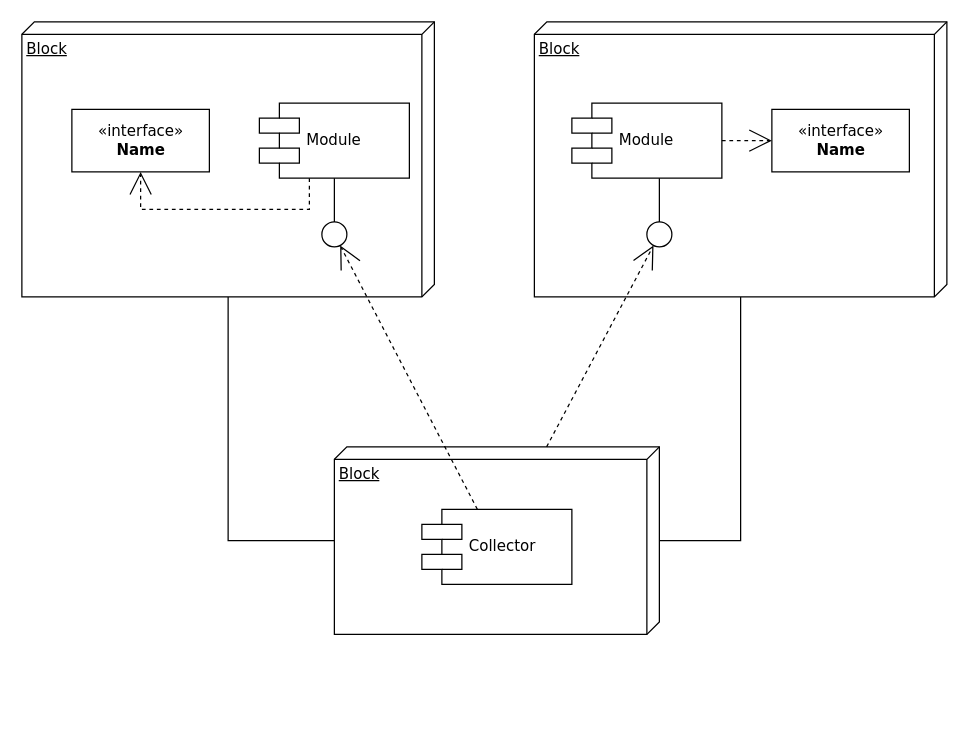
Before: page "Page-1" (1 of 2) of 模块.drawio in newTechToX/cross_chain, a draw.io diagram. Source tidied: cells renumbered, new cells numbered last; positions are measured from the earlier drawing's top-left corner, leaving out a move shared by most shapes. Both pictures are drawn from the tidied source at 125%, with x=0, y=0 at pixel (21, 21).
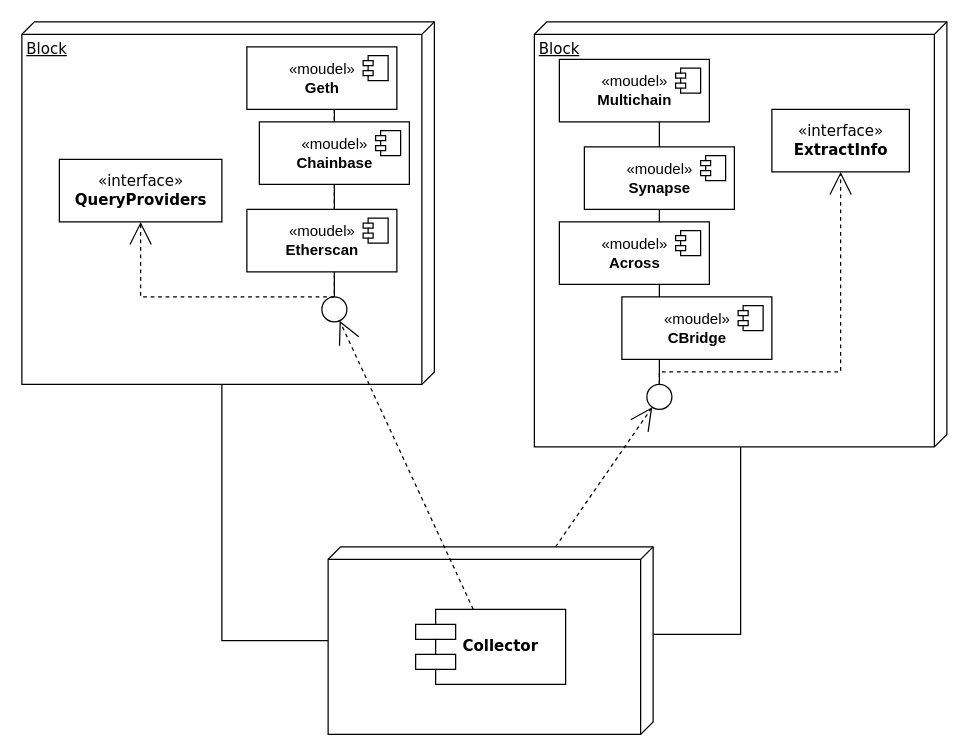
The same page after the edit.

Change to the diagram source:
```diff
@@
     <mxCell id="2" value="Block" style="verticalAlign=top;align=left;spacingTop=8;spacingLeft=2;spacingRight=12;shape=cube;size=10;direction=south;fontStyle=4;html=1;rounded=0;shadow=0;comic=0;labelBackgroundColor=none;strokeWidth=1;fontFamily=Verdana;fontSize=12;" parent="1" vertex="1">
-      <mxGeometry width="330" height="220" as="geometry" />
+      <mxGeometry width="330" height="290" as="geometry" />
     </mxCell>
     <mxCell id="3" value="Block" style="verticalAlign=top;align=left;spacingTop=8;spacingLeft=2;spacingRight=12;shape=cube;size=10;direction=south;fontStyle=4;html=1;rounded=0;shadow=0;comic=0;labelBackgroundColor=none;strokeWidth=1;fontFamily=Verdana;fontSize=12;" parent="1" vertex="1">
-      <mxGeometry x="410" width="330" height="220" as="geometry" />
+      <mxGeometry x="410" width="330" height="340" as="geometry" />
     </mxCell>
-    <mxCell id="4" value="Block" style="verticalAlign=top;align=left;spacingTop=8;spacingLeft=2;spacingRight=12;shape=cube;size=10;direction=south;fontStyle=4;html=1;rounded=0;shadow=0;comic=0;labelBackgroundColor=none;strokeWidth=1;fontFamily=Verdana;fontSize=12;" parent="1" vertex="1">
-      <mxGeometry x="250" y="340" width="260" height="150" as="geometry" />
+    <mxCell id="4" style="verticalAlign=top;align=left;spacingTop=8;spacingLeft=2;spacingRight=12;shape=cube;size=10;direction=south;fontStyle=4;html=1;rounded=0;shadow=0;comic=0;labelBackgroundColor=none;strokeWidth=1;fontFamily=Verdana;fontSize=12;" parent="1" vertex="1">
+      <mxGeometry x="245" y="420" width="260" height="150" as="geometry" />
     </mxCell>
-    <mxCell id="5" value="&amp;laquo;interface&amp;raquo;&lt;br&gt;&lt;b&gt;Name&lt;/b&gt;" style="html=1;rounded=0;shadow=0;comic=0;labelBackgroundColor=none;strokeWidth=1;fontFamily=Verdana;fontSize=12;align=center;" parent="1" vertex="1">
-      <mxGeometry x="40" y="70" width="110" height="50" as="geometry" />
+    <mxCell id="5" value="«interface»&lt;br&gt;&lt;b&gt;QueryProviders&lt;/b&gt;" style="html=1;rounded=0;shadow=0;comic=0;labelBackgroundColor=none;strokeWidth=1;fontFamily=Verdana;fontSize=12;align=center;" parent="1" vertex="1">
+      <mxGeometry x="30" y="110" width="130" height="50" as="geometry" />
     </mxCell>
-    <mxCell id="6" value="Module" style="shape=component;align=left;spacingLeft=36;rounded=0;shadow=0;comic=0;labelBackgroundColor=none;strokeWidth=1;fontFamily=Verdana;fontSize=12;html=1;" parent="1" vertex="1">
-      <mxGeometry x="190" y="65" width="120" height="60" as="geometry" />
-    </mxCell>
     <mxCell id="7" style="ellipse;whiteSpace=wrap;html=1;rounded=0;shadow=0;comic=0;labelBackgroundColor=none;strokeWidth=1;fontFamily=Verdana;fontSize=12;align=center;" parent="1" vertex="1">
-      <mxGeometry x="240" y="160" width="20" height="20" as="geometry" />
+      <mxGeometry x="240" y="220" width="20" height="20" as="geometry" />
     </mxCell>
-    <mxCell id="8" value="Module" style="shape=component;align=left;spacingLeft=36;rounded=0;shadow=0;comic=0;labelBackgroundColor=none;strokeWidth=1;fontFamily=Verdana;fontSize=12;html=1;" parent="1" vertex="1">
-      <mxGeometry x="440" y="65" width="120" height="60" as="geometry" />
-    </mxCell>
-    <mxCell id="9" value="&amp;laquo;interface&amp;raquo;&lt;br&gt;&lt;b&gt;Name&lt;/b&gt;" style="html=1;rounded=0;shadow=0;comic=0;labelBackgroundColor=none;strokeWidth=1;fontFamily=Verdana;fontSize=12;align=center;" parent="1" vertex="1">
+    <mxCell id="9" value="«interface»&lt;br&gt;&lt;b&gt;ExtractInfo&lt;/b&gt;" style="html=1;rounded=0;shadow=0;comic=0;labelBackgroundColor=none;strokeWidth=1;fontFamily=Verdana;fontSize=12;align=center;" parent="1" vertex="1">
       <mxGeometry x="600" y="70" width="110" height="50" as="geometry" />
     </mxCell>
     <mxCell id="10" style="ellipse;whiteSpace=wrap;html=1;rounded=0;shadow=0;comic=0;labelBackgroundColor=none;strokeWidth=1;fontFamily=Verdana;fontSize=12;align=center;" parent="1" vertex="1">
-      <mxGeometry x="500" y="160" width="20" height="20" as="geometry" />
+      <mxGeometry x="500" y="290" width="20" height="20" as="geometry" />
     </mxCell>
-    <mxCell id="11" value="Collector" style="shape=component;align=left;spacingLeft=36;rounded=0;shadow=0;comic=0;labelBackgroundColor=none;strokeWidth=1;fontFamily=Verdana;fontSize=12;html=1;" parent="1" vertex="1">
-      <mxGeometry x="320" y="390" width="120" height="60" as="geometry" />
+    <mxCell id="11" value="&lt;b&gt;Collector&lt;/b&gt;" style="shape=component;align=left;spacingLeft=36;rounded=0;shadow=0;comic=0;labelBackgroundColor=none;strokeWidth=1;fontFamily=Verdana;fontSize=12;html=1;" parent="1" vertex="1">
+      <mxGeometry x="315" y="470" width="120" height="60" as="geometry" />
     </mxCell>
@@
-    <mxCell id="14" style="edgeStyle=elbowEdgeStyle;rounded=0;html=1;labelBackgroundColor=none;startArrow=none;startFill=0;startSize=8;endArrow=none;endFill=0;endSize=16;fontFamily=Verdana;fontSize=12;" parent="1" edge="1" source="10" target="8">
-      <mxGeometry relative="1" as="geometry" />
+    <mxCell id="14" style="edgeStyle=elbowEdgeStyle;rounded=0;html=1;labelBackgroundColor=none;startArrow=none;startFill=0;startSize=8;endArrow=none;endFill=0;endSize=16;fontFamily=Verdana;fontSize=12;" parent="1" edge="1" source="10">
+      <mxGeometry relative="1" as="geometry">
+        <mxPoint x="510" y="70" as="targetPoint" />
+      </mxGeometry>
     </mxCell>
-    <mxCell id="15" style="edgeStyle=elbowEdgeStyle;rounded=0;html=1;labelBackgroundColor=none;startArrow=none;startFill=0;startSize=8;endArrow=none;endFill=0;endSize=16;fontFamily=Verdana;fontSize=12;" parent="1" edge="1" source="7" target="6">
-      <mxGeometry relative="1" as="geometry" />
+    <mxCell id="15" style="edgeStyle=elbowEdgeStyle;rounded=0;html=1;labelBackgroundColor=none;startArrow=none;startFill=0;startSize=8;endArrow=none;endFill=0;endSize=16;fontFamily=Verdana;fontSize=12;exitX=0.5;exitY=0;exitDx=0;exitDy=0;" parent="1" edge="1" source="7">
+      <mxGeometry relative="1" as="geometry">
+        <mxPoint x="250" y="60" as="targetPoint" />
+      </mxGeometry>
     </mxCell>
-    <mxCell id="16" style="edgeStyle=orthogonalEdgeStyle;rounded=0;html=1;labelBackgroundColor=none;startArrow=none;startFill=0;startSize=8;endArrow=open;endFill=0;endSize=16;fontFamily=Verdana;fontSize=12;dashed=1;" parent="1" edge="1" source="6" target="5">
+    <mxCell id="16" style="edgeStyle=orthogonalEdgeStyle;rounded=0;html=1;labelBackgroundColor=none;startArrow=none;startFill=0;startSize=8;endArrow=open;endFill=0;endSize=16;fontFamily=Verdana;fontSize=12;dashed=1;entryX=0.5;entryY=1;entryDx=0;entryDy=0;" parent="1" edge="1" target="5">
       <mxGeometry relative="1" as="geometry">
+        <mxPoint x="250" y="70" as="sourcePoint" />
         <Array as="points">
-          <mxPoint x="230" y="150" />
-          <mxPoint x="95" y="150" />
+          <mxPoint x="250" y="220" />
+          <mxPoint x="95" y="220" />
         </Array>
       </mxGeometry>
     </mxCell>
-    <mxCell id="17" style="edgeStyle=orthogonalEdgeStyle;rounded=0;html=1;dashed=1;labelBackgroundColor=none;startArrow=none;startFill=0;startSize=8;endArrow=open;endFill=0;endSize=16;fontFamily=Verdana;fontSize=12;" parent="1" edge="1" source="8" target="9">
-      <mxGeometry relative="1" as="geometry" />
+    <mxCell id="17" style="edgeStyle=orthogonalEdgeStyle;rounded=0;html=1;dashed=1;labelBackgroundColor=none;startArrow=none;startFill=0;startSize=8;endArrow=open;endFill=0;endSize=16;fontFamily=Verdana;fontSize=12;exitX=0.5;exitY=0;exitDx=0;exitDy=0;" parent="1" edge="1" source="10" target="9">
+      <mxGeometry relative="1" as="geometry">
+        <Array as="points">
+          <mxPoint x="655" y="280" />
+        </Array>
+      </mxGeometry>
     </mxCell>
-    <mxCell id="18" style="edgeStyle=orthogonalEdgeStyle;rounded=0;html=1;labelBackgroundColor=none;startArrow=none;startFill=0;startSize=8;endArrow=none;endFill=0;endSize=16;fontFamily=Verdana;fontSize=12;" parent="1" edge="1" source="4" target="3">
+    <mxCell id="18" style="edgeStyle=orthogonalEdgeStyle;rounded=0;html=1;labelBackgroundColor=none;startArrow=none;startFill=0;startSize=8;endArrow=none;endFill=0;endSize=16;fontFamily=Verdana;fontSize=12;exitX=0;exitY=0;exitDx=70;exitDy=0;exitPerimeter=0;" parent="1" edge="1" source="4" target="3">
       <mxGeometry relative="1" as="geometry">
         <Array as="points">
-          <mxPoint x="575" y="415" />
+          <mxPoint x="575" y="490" />
         </Array>
       </mxGeometry>
     </mxCell>
-    <mxCell id="19" style="edgeStyle=orthogonalEdgeStyle;rounded=0;html=1;labelBackgroundColor=none;startArrow=none;startFill=0;startSize=8;endArrow=none;endFill=0;endSize=16;fontFamily=Verdana;fontSize=12;" parent="1" edge="1" source="4" target="2">
+    <mxCell id="19" style="edgeStyle=orthogonalEdgeStyle;rounded=0;html=1;labelBackgroundColor=none;startArrow=none;startFill=0;startSize=8;endArrow=none;endFill=0;endSize=16;fontFamily=Verdana;fontSize=12;entryX=0;entryY=0;entryDx=290;entryDy=170;entryPerimeter=0;" parent="1" edge="1" source="4" target="2">
       <mxGeometry relative="1" as="geometry">
         <Array as="points">
-          <mxPoint x="165" y="415" />
+          <mxPoint x="160" y="495" />
         </Array>
       </mxGeometry>
     </mxCell>
+    <mxCell id="20" value="«moudel»&lt;br&gt;&lt;b&gt;Geth&lt;/b&gt;" style="html=1;" parent="1" vertex="1">
+      <mxGeometry x="180" y="20" width="120" height="50" as="geometry" />
+    </mxCell>
+    <mxCell id="21" style="shape=module;jettyWidth=8;jettyHeight=4;" parent="20" vertex="1">
+      <mxGeometry x="1" width="20" height="20" relative="1" as="geometry">
+        <mxPoint x="-27" y="7" as="offset" />
+      </mxGeometry>
+    </mxCell>
+    <mxCell id="22" value="«moudel»&lt;br&gt;&lt;b&gt;Chainbase&lt;/b&gt;" style="html=1;" parent="1" vertex="1">
+      <mxGeometry x="190" y="80" width="120" height="50" as="geometry" />
+    </mxCell>
+    <mxCell id="23" style="shape=module;jettyWidth=8;jettyHeight=4;" parent="22" vertex="1">
+      <mxGeometry x="1" width="20" height="20" relative="1" as="geometry">
+        <mxPoint x="-27" y="7" as="offset" />
+      </mxGeometry>
+    </mxCell>
+    <mxCell id="24" value="«moudel»&lt;br&gt;&lt;b&gt;Etherscan&lt;/b&gt;" style="html=1;" parent="1" vertex="1">
+      <mxGeometry x="180" y="150" width="120" height="50" as="geometry" />
+    </mxCell>
+    <mxCell id="25" style="shape=module;jettyWidth=8;jettyHeight=4;" parent="24" vertex="1">
+      <mxGeometry x="1" width="20" height="20" relative="1" as="geometry">
+        <mxPoint x="-27" y="7" as="offset" />
+      </mxGeometry>
+    </mxCell>
+    <mxCell id="26" value="«moudel»&lt;br&gt;&lt;b&gt;Multichain&lt;/b&gt;" style="html=1;" parent="1" vertex="1">
+      <mxGeometry x="430" y="30" width="120" height="50" as="geometry" />
+    </mxCell>
+    <mxCell id="27" style="shape=module;jettyWidth=8;jettyHeight=4;" parent="26" vertex="1">
+      <mxGeometry x="1" width="20" height="20" relative="1" as="geometry">
+        <mxPoint x="-27" y="7" as="offset" />
+      </mxGeometry>
+    </mxCell>
+    <mxCell id="28" value="«moudel»&lt;br&gt;&lt;b&gt;Synapse&lt;/b&gt;" style="html=1;" parent="1" vertex="1">
+      <mxGeometry x="450" y="100" width="120" height="50" as="geometry" />
+    </mxCell>
+    <mxCell id="29" style="shape=module;jettyWidth=8;jettyHeight=4;" parent="28" vertex="1">
+      <mxGeometry x="1" width="20" height="20" relative="1" as="geometry">
+        <mxPoint x="-27" y="7" as="offset" />
+      </mxGeometry>
+    </mxCell>
+    <mxCell id="30" value="«moudel»&lt;br&gt;&lt;b&gt;Across&lt;/b&gt;" style="html=1;" parent="1" vertex="1">
+      <mxGeometry x="430" y="160" width="120" height="50" as="geometry" />
+    </mxCell>
+    <mxCell id="31" style="shape=module;jettyWidth=8;jettyHeight=4;" parent="30" vertex="1">
+      <mxGeometry x="1" width="20" height="20" relative="1" as="geometry">
+        <mxPoint x="-27" y="7" as="offset" />
+      </mxGeometry>
+    </mxCell>
+    <mxCell id="32" value="«moudel»&lt;br&gt;&lt;b&gt;CBridge&lt;/b&gt;" style="html=1;" parent="1" vertex="1">
+      <mxGeometry x="480" y="220" width="120" height="50" as="geometry" />
+    </mxCell>
+    <mxCell id="33" style="shape=module;jettyWidth=8;jettyHeight=4;" parent="32" vertex="1">
+      <mxGeometry x="1" width="20" height="20" relative="1" as="geometry">
+        <mxPoint x="-27" y="7" as="offset" />
+      </mxGeometry>
+    </mxCell>
```
